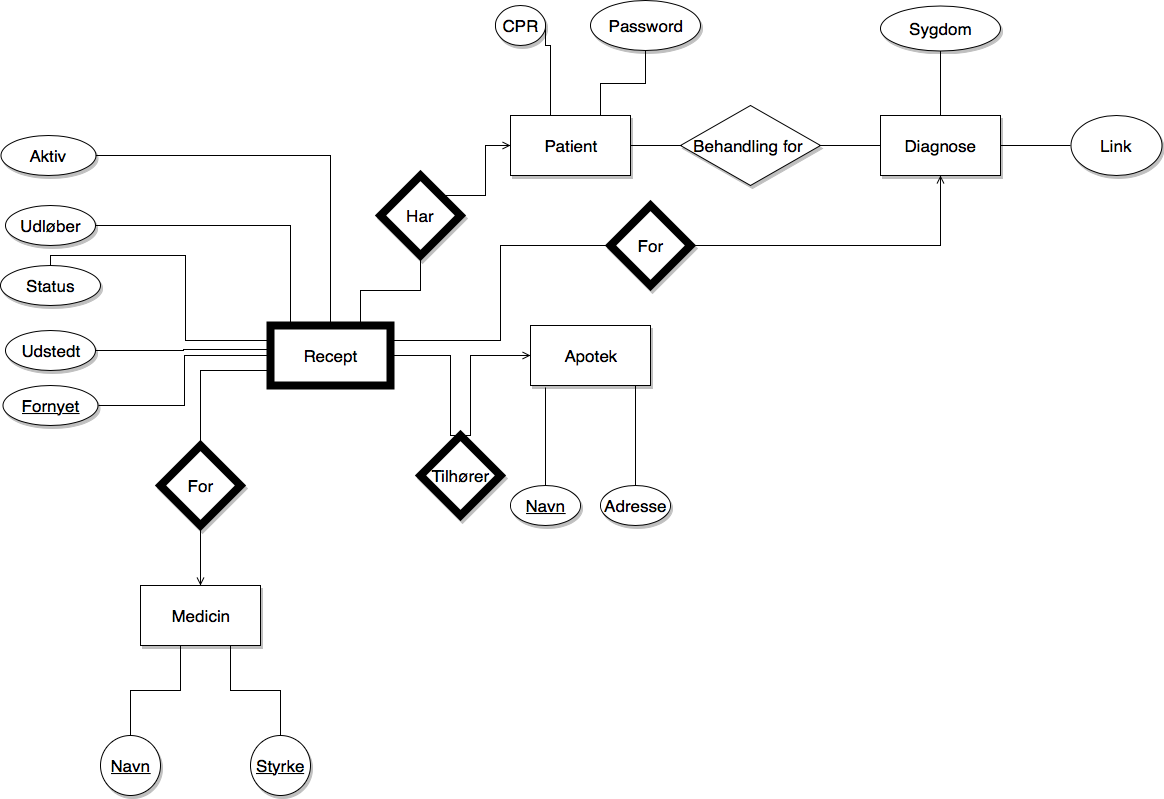
The draw.io diagram Innovation/LaTex/Materials/Prototype/ER_prototype.png in Snapzie/UIS, before a commit. Source tidied: cells renumbered, new cells last; positions are measured from the earlier drawing's top-left corner, leaving out a move shared by most shapes. The source it was exported from:
```xml
<mxGraphModel>
  <root>
    <mxCell id="0" />
    <mxCell id="1" parent="0" />
    <mxCell id="2" style="edgeStyle=orthogonalEdgeStyle;rounded=0;jettySize=auto;html=1;exitX=0;exitY=0.75;exitDx=0;exitDy=0;entryX=0.5;entryY=0;entryDx=0;entryDy=0;endArrow=none;endFill=0;spacing=-1;fontSize=17;" parent="1" edge="1" source="4" target="6">
      <mxGeometry relative="1" as="geometry" />
    </mxCell>
    <mxCell id="3" style="edgeStyle=orthogonalEdgeStyle;rounded=0;jettySize=auto;html=1;exitX=0;exitY=0.25;exitDx=0;exitDy=0;entryX=0.5;entryY=0;entryDx=0;entryDy=0;startArrow=none;startFill=0;endArrow=none;endFill=0;spacing=-1;fontSize=17;" parent="1" edge="1" source="4" target="22">
      <mxGeometry relative="1" as="geometry">
        <Array as="points">
          <mxPoint x="185" y="340" />
          <mxPoint x="185" y="255" />
          <mxPoint x="50" y="255" />
        </Array>
      </mxGeometry>
    </mxCell>
    <mxCell id="4" value="Recept" style="rounded=0;whiteSpace=wrap;html=1;strokeWidth=8;perimeterSpacing=0;spacing=-1;fontSize=17;" parent="1" vertex="1">
      <mxGeometry x="270" y="325" width="120" height="60" as="geometry" />
    </mxCell>
    <mxCell id="5" style="edgeStyle=orthogonalEdgeStyle;rounded=0;jettySize=auto;html=1;exitX=0.5;exitY=1;exitDx=0;exitDy=0;entryX=0.5;entryY=0;entryDx=0;entryDy=0;endArrow=open;endFill=0;spacing=-1;fontSize=17;" parent="1" edge="1" source="6" target="7">
      <mxGeometry relative="1" as="geometry" />
    </mxCell>
    <mxCell id="6" value="For" style="rhombus;whiteSpace=wrap;html=1;shadow=1;strokeWidth=8;spacing=-1;fontSize=17;" parent="1" vertex="1">
      <mxGeometry x="160" y="445" width="80" height="80" as="geometry" />
    </mxCell>
    <mxCell id="7" value="Medicin" style="rounded=0;whiteSpace=wrap;html=1;shadow=1;strokeWidth=1;spacing=-1;fontSize=17;" parent="1" vertex="1">
      <mxGeometry x="140" y="585" width="120" height="60" as="geometry" />
    </mxCell>
    <mxCell id="8" style="edgeStyle=orthogonalEdgeStyle;rounded=0;jettySize=auto;html=1;exitX=0.5;exitY=0;exitDx=0;exitDy=0;entryX=0.5;entryY=1;entryDx=0;entryDy=0;endArrow=none;endFill=0;spacing=-1;fontSize=17;" parent="1" edge="1" source="9" target="7">
      <mxGeometry relative="1" as="geometry">
        <Array as="points">
          <mxPoint x="130" y="690" />
          <mxPoint x="180" y="690" />
          <mxPoint x="180" y="645" />
        </Array>
      </mxGeometry>
    </mxCell>
    <mxCell id="9" value="&lt;u style=&quot;font-size: 17px;&quot;&gt;Navn&lt;/u&gt;" style="ellipse;whiteSpace=wrap;html=1;shadow=1;strokeWidth=1;spacing=-1;fontSize=17;" parent="1" vertex="1">
      <mxGeometry x="100" y="735" width="60" height="60" as="geometry" />
    </mxCell>
    <mxCell id="10" style="edgeStyle=orthogonalEdgeStyle;rounded=0;jettySize=auto;html=1;exitX=0.5;exitY=0;exitDx=0;exitDy=0;entryX=0.75;entryY=1;entryDx=0;entryDy=0;endArrow=none;endFill=0;spacing=-1;fontSize=17;" parent="1" edge="1" source="11" target="7">
      <mxGeometry relative="1" as="geometry" />
    </mxCell>
    <mxCell id="11" value="&lt;u style=&quot;font-size: 17px;&quot;&gt;Styrke&lt;/u&gt;" style="ellipse;whiteSpace=wrap;html=1;shadow=1;strokeWidth=1;spacing=-1;fontSize=17;" parent="1" vertex="1">
      <mxGeometry x="250" y="735" width="60" height="60" as="geometry" />
    </mxCell>
    <mxCell id="12" style="edgeStyle=orthogonalEdgeStyle;rounded=0;jettySize=auto;html=1;exitX=0.5;exitY=0;exitDx=0;exitDy=0;entryX=1;entryY=0.5;entryDx=0;entryDy=0;endArrow=none;endFill=0;spacing=-1;fontSize=17;" parent="1" edge="1" source="13" target="4">
      <mxGeometry relative="1" as="geometry">
        <Array as="points">
          <mxPoint x="450" y="435" />
          <mxPoint x="450" y="355" />
        </Array>
      </mxGeometry>
    </mxCell>
    <mxCell id="13" value="Tilhører" style="rhombus;whiteSpace=wrap;html=1;shadow=1;strokeWidth=8;spacing=-1;fontSize=17;" parent="1" vertex="1">
      <mxGeometry x="420" y="435" width="80" height="80" as="geometry" />
    </mxCell>
    <mxCell id="14" style="edgeStyle=orthogonalEdgeStyle;rounded=0;jettySize=auto;html=1;exitX=0;exitY=0.5;exitDx=0;exitDy=0;entryX=0.5;entryY=0;entryDx=0;entryDy=0;endArrow=none;endFill=0;startArrow=open;startFill=0;spacing=-1;fontSize=17;" parent="1" edge="1" source="15" target="13">
      <mxGeometry relative="1" as="geometry">
        <Array as="points">
          <mxPoint x="470" y="355" />
          <mxPoint x="470" y="435" />
        </Array>
      </mxGeometry>
    </mxCell>
    <mxCell id="15" value="Apotek" style="rounded=0;whiteSpace=wrap;html=1;shadow=1;strokeWidth=1;spacing=-1;fontSize=17;" parent="1" vertex="1">
      <mxGeometry x="530" y="325" width="120" height="60" as="geometry" />
    </mxCell>
    <mxCell id="16" style="edgeStyle=orthogonalEdgeStyle;rounded=0;jettySize=auto;html=1;exitX=0.5;exitY=0;exitDx=0;exitDy=0;startArrow=none;startFill=0;endArrow=none;endFill=0;spacing=-1;fontSize=17;" parent="1" edge="1" source="17">
      <mxGeometry relative="1" as="geometry">
        <mxPoint x="635" y="385" as="targetPoint" />
      </mxGeometry>
    </mxCell>
    <mxCell id="17" value="Adresse" style="ellipse;whiteSpace=wrap;html=1;shadow=1;strokeWidth=1;spacing=-1;fontSize=17;" parent="1" vertex="1">
      <mxGeometry x="600" y="485" width="70" height="40" as="geometry" />
    </mxCell>
    <mxCell id="18" style="edgeStyle=orthogonalEdgeStyle;rounded=0;jettySize=auto;html=1;exitX=0.5;exitY=0;exitDx=0;exitDy=0;entryX=0.125;entryY=1.033;entryDx=0;entryDy=0;entryPerimeter=0;startArrow=none;startFill=0;endArrow=none;endFill=0;spacing=-1;fontSize=17;" parent="1" edge="1" source="19" target="15">
      <mxGeometry relative="1" as="geometry" />
    </mxCell>
    <mxCell id="19" value="&lt;u style=&quot;font-size: 17px;&quot;&gt;Navn&lt;/u&gt;" style="ellipse;whiteSpace=wrap;html=1;shadow=1;strokeWidth=1;spacing=-1;fontSize=17;" parent="1" vertex="1">
      <mxGeometry x="510" y="485" width="70" height="40" as="geometry" />
    </mxCell>
    <mxCell id="20" style="edgeStyle=orthogonalEdgeStyle;rounded=0;jettySize=auto;html=1;exitX=1;exitY=0.5;exitDx=0;exitDy=0;entryX=-0.008;entryY=0.4;entryDx=0;entryDy=0;entryPerimeter=0;startArrow=none;startFill=0;endArrow=none;endFill=0;spacing=-1;fontSize=17;" parent="1" edge="1" source="21" target="4">
      <mxGeometry relative="1" as="geometry" />
    </mxCell>
    <mxCell id="21" value="Udstedt" style="ellipse;whiteSpace=wrap;html=1;shadow=1;strokeWidth=1;spacing=-1;fontSize=17;" parent="1" vertex="1">
      <mxGeometry x="5" y="330" width="90" height="40" as="geometry" />
    </mxCell>
    <mxCell id="22" value="Status" style="ellipse;whiteSpace=wrap;html=1;shadow=1;strokeWidth=1;spacing=-1;fontSize=17;" parent="1" vertex="1">
      <mxGeometry y="265" width="100" height="40" as="geometry" />
    </mxCell>
    <mxCell id="23" style="edgeStyle=orthogonalEdgeStyle;rounded=0;jettySize=auto;html=1;exitX=1;exitY=0.5;exitDx=0;exitDy=0;entryX=0.5;entryY=0;entryDx=0;entryDy=0;startArrow=none;startFill=0;endArrow=none;endFill=0;spacing=-1;fontSize=17;" parent="1" edge="1" source="24" target="4">
      <mxGeometry relative="1" as="geometry">
        <Array as="points">
          <mxPoint x="290" y="225" />
          <mxPoint x="290" y="325" />
        </Array>
      </mxGeometry>
    </mxCell>
    <mxCell id="24" value="Udløber" style="ellipse;whiteSpace=wrap;html=1;shadow=1;strokeWidth=1;spacing=-1;fontSize=17;" parent="1" vertex="1">
      <mxGeometry x="5" y="205" width="90" height="40" as="geometry" />
    </mxCell>
    <mxCell id="25" style="edgeStyle=orthogonalEdgeStyle;rounded=0;jettySize=auto;html=1;exitX=1;exitY=0.5;exitDx=0;exitDy=0;entryX=0;entryY=0.5;entryDx=0;entryDy=0;startArrow=none;startFill=0;endArrow=none;endFill=0;spacing=-1;fontSize=17;" parent="1" edge="1" source="26" target="4">
      <mxGeometry relative="1" as="geometry" />
    </mxCell>
    <mxCell id="26" value="&lt;u style=&quot;font-size: 17px;&quot;&gt;Fornyet&lt;/u&gt;" style="ellipse;whiteSpace=wrap;html=1;shadow=1;strokeWidth=1;spacing=-1;fontSize=17;" parent="1" vertex="1">
      <mxGeometry x="2.5" y="385" width="95" height="40" as="geometry" />
    </mxCell>
    <mxCell id="27" style="edgeStyle=orthogonalEdgeStyle;rounded=0;jettySize=auto;html=1;exitX=1;exitY=0.5;exitDx=0;exitDy=0;entryX=0.5;entryY=0;entryDx=0;entryDy=0;startArrow=none;startFill=0;endArrow=none;endFill=0;spacing=-1;fontSize=17;" parent="1" edge="1" source="28" target="4">
      <mxGeometry relative="1" as="geometry" />
    </mxCell>
    <mxCell id="28" value="Aktiv" style="ellipse;whiteSpace=wrap;html=1;shadow=1;strokeWidth=1;spacing=-1;fontSize=17;" parent="1" vertex="1">
      <mxGeometry y="135" width="95" height="40" as="geometry" />
    </mxCell>
    <mxCell id="29" style="edgeStyle=orthogonalEdgeStyle;rounded=0;jettySize=auto;html=1;exitX=0.5;exitY=1;exitDx=0;exitDy=0;entryX=0.75;entryY=0;entryDx=0;entryDy=0;startArrow=none;startFill=0;endArrow=none;endFill=0;spacing=-1;fontSize=17;" parent="1" edge="1" source="31" target="4">
      <mxGeometry relative="1" as="geometry" />
    </mxCell>
    <mxCell id="30" style="edgeStyle=orthogonalEdgeStyle;rounded=0;jettySize=auto;html=1;exitX=1;exitY=0;exitDx=0;exitDy=0;entryX=0;entryY=0.5;entryDx=0;entryDy=0;startArrow=none;startFill=0;endArrow=open;endFill=0;spacing=-1;fontSize=17;" parent="1" edge="1" source="31" target="33">
      <mxGeometry relative="1" as="geometry" />
    </mxCell>
    <mxCell id="31" value="Har" style="rhombus;whiteSpace=wrap;html=1;shadow=1;strokeWidth=8;spacing=-1;fontSize=17;" parent="1" vertex="1">
      <mxGeometry x="380" y="175" width="80" height="80" as="geometry" />
    </mxCell>
    <mxCell id="32" style="edgeStyle=orthogonalEdgeStyle;rounded=0;jettySize=auto;html=1;exitX=0.5;exitY=0;exitDx=0;exitDy=0;entryX=1;entryY=0.5;entryDx=0;entryDy=0;startArrow=none;startFill=0;endArrow=none;endFill=0;spacing=-1;fontSize=17;" parent="1" edge="1" source="33" target="34">
      <mxGeometry relative="1" as="geometry">
        <Array as="points">
          <mxPoint x="550" y="115" />
          <mxPoint x="550" y="45" />
        </Array>
      </mxGeometry>
    </mxCell>
    <mxCell id="33" value="Patient" style="rounded=0;whiteSpace=wrap;html=1;shadow=1;strokeWidth=1;spacing=-1;fontSize=17;" parent="1" vertex="1">
      <mxGeometry x="510" y="115" width="120" height="60" as="geometry" />
    </mxCell>
    <mxCell id="34" value="CPR" style="ellipse;whiteSpace=wrap;html=1;shadow=1;strokeWidth=1;spacing=-1;fontSize=17;" parent="1" vertex="1">
      <mxGeometry x="495" y="5" width="50" height="40" as="geometry" />
    </mxCell>
    <mxCell id="35" style="edgeStyle=orthogonalEdgeStyle;rounded=0;jettySize=auto;html=1;exitX=0.5;exitY=1;exitDx=0;exitDy=0;entryX=0.75;entryY=0;entryDx=0;entryDy=0;startArrow=none;startFill=0;endArrow=none;endFill=0;spacing=-1;fontSize=17;" parent="1" edge="1" source="36" target="33">
      <mxGeometry relative="1" as="geometry" />
    </mxCell>
    <mxCell id="36" value="Password" style="ellipse;whiteSpace=wrap;html=1;shadow=1;strokeWidth=1;spacing=-1;fontSize=17;" parent="1" vertex="1">
      <mxGeometry x="590" width="110" height="50" as="geometry" />
    </mxCell>
    <mxCell id="37" style="edgeStyle=orthogonalEdgeStyle;rounded=0;jettySize=auto;html=1;exitX=0;exitY=0.5;exitDx=0;exitDy=0;entryX=1;entryY=0.5;entryDx=0;entryDy=0;startArrow=none;startFill=0;endArrow=none;endFill=0;spacing=-1;fontSize=17;" parent="1" edge="1" source="38" target="40">
      <mxGeometry relative="1" as="geometry" />
    </mxCell>
    <mxCell id="38" value="Diagnose" style="rounded=0;whiteSpace=wrap;html=1;shadow=1;strokeWidth=1;spacing=-1;fontSize=17;" parent="1" vertex="1">
      <mxGeometry x="880" y="115" width="120" height="60" as="geometry" />
    </mxCell>
    <mxCell id="39" style="edgeStyle=orthogonalEdgeStyle;rounded=0;jettySize=auto;html=1;exitX=0;exitY=0.5;exitDx=0;exitDy=0;entryX=1;entryY=0.5;entryDx=0;entryDy=0;startArrow=none;startFill=0;endArrow=none;endFill=0;spacing=-1;fontSize=17;" parent="1" edge="1" source="40" target="33">
      <mxGeometry relative="1" as="geometry" />
    </mxCell>
    <mxCell id="40" value="Behandling for&amp;nbsp;" style="rhombus;whiteSpace=wrap;html=1;shadow=1;strokeWidth=1;spacing=-1;fontSize=17;" parent="1" vertex="1">
      <mxGeometry x="680" y="105" width="140" height="80" as="geometry" />
    </mxCell>
    <mxCell id="41" style="edgeStyle=orthogonalEdgeStyle;rounded=0;jettySize=auto;html=1;exitX=0;exitY=0.5;exitDx=0;exitDy=0;entryX=1;entryY=0.25;entryDx=0;entryDy=0;startArrow=none;startFill=0;endArrow=none;endFill=0;spacing=-1;fontSize=17;" parent="1" edge="1" source="43" target="4">
      <mxGeometry relative="1" as="geometry" />
    </mxCell>
    <mxCell id="42" style="edgeStyle=orthogonalEdgeStyle;rounded=0;jettySize=auto;html=1;exitX=1;exitY=0.5;exitDx=0;exitDy=0;entryX=0.5;entryY=1;entryDx=0;entryDy=0;startArrow=none;startFill=0;endArrow=open;endFill=0;spacing=-1;fontSize=17;" parent="1" edge="1" source="43" target="38">
      <mxGeometry relative="1" as="geometry" />
    </mxCell>
    <mxCell id="43" value="For" style="rhombus;whiteSpace=wrap;html=1;shadow=1;strokeWidth=8;spacing=-1;fontSize=17;" parent="1" vertex="1">
      <mxGeometry x="610" y="205" width="80" height="80" as="geometry" />
    </mxCell>
    <mxCell id="44" style="edgeStyle=orthogonalEdgeStyle;rounded=0;jettySize=auto;html=1;exitX=0.5;exitY=1;exitDx=0;exitDy=0;entryX=0.5;entryY=0;entryDx=0;entryDy=0;startArrow=none;startFill=0;endArrow=none;endFill=0;spacing=-1;fontSize=17;" parent="1" edge="1" source="45" target="38">
      <mxGeometry relative="1" as="geometry" />
    </mxCell>
    <mxCell id="45" value="Sygdom" style="ellipse;whiteSpace=wrap;html=1;shadow=1;strokeWidth=1;spacing=-1;fontSize=17;" parent="1" vertex="1">
      <mxGeometry x="880" y="5" width="120" height="45" as="geometry" />
    </mxCell>
    <mxCell id="46" style="edgeStyle=orthogonalEdgeStyle;rounded=0;jettySize=auto;html=1;exitX=0;exitY=0.5;exitDx=0;exitDy=0;entryX=1;entryY=0.5;entryDx=0;entryDy=0;startArrow=none;startFill=0;endArrow=none;endFill=0;spacing=-1;fontSize=17;" parent="1" edge="1" source="47" target="38">
      <mxGeometry relative="1" as="geometry" />
    </mxCell>
    <mxCell id="47" value="Link" style="ellipse;whiteSpace=wrap;html=1;shadow=1;strokeWidth=1;spacing=-1;fontSize=17;" parent="1" vertex="1">
      <mxGeometry x="1070" y="115" width="91" height="60" as="geometry" />
    </mxCell>
  </root>
</mxGraphModel>
```
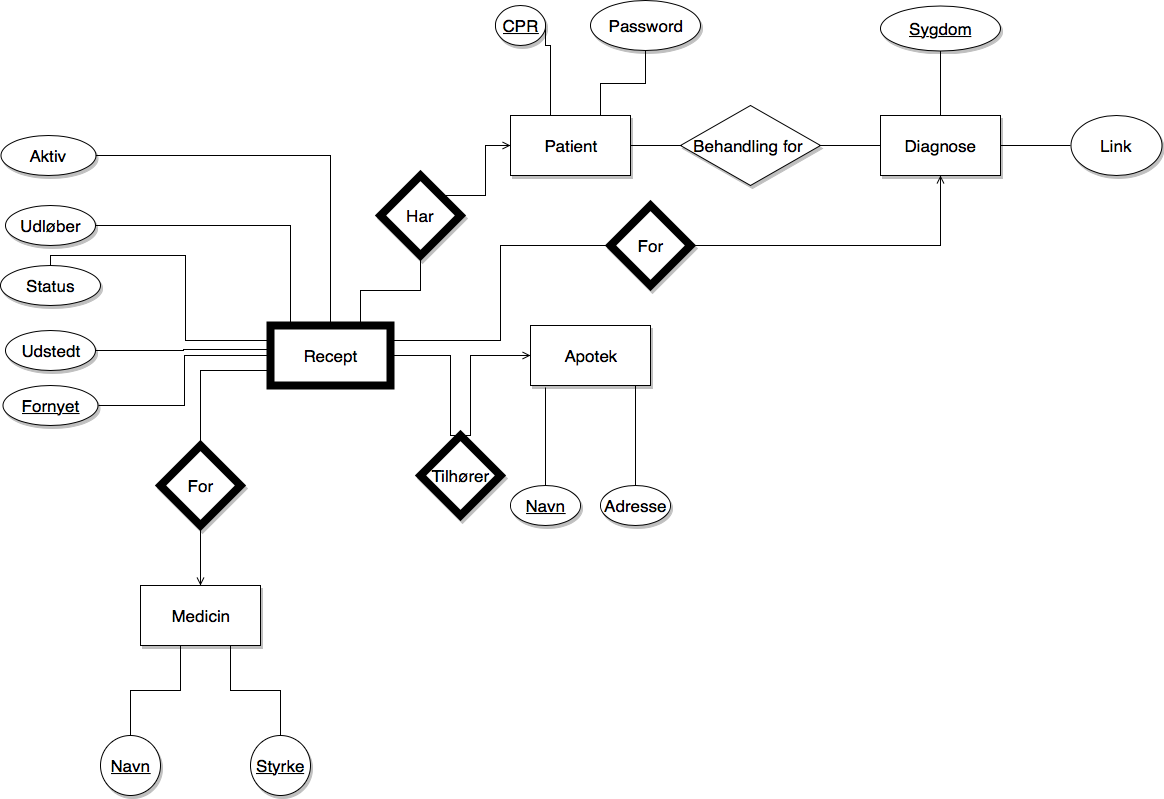
After the change.

The edit, as a diff of the source:
```diff
@@ -132,7 +132,7 @@
     <mxCell id="33" value="Patient" style="rounded=0;whiteSpace=wrap;html=1;shadow=1;strokeWidth=1;spacing=-1;fontSize=17;" parent="1" vertex="1">
       <mxGeometry x="510" y="115" width="120" height="60" as="geometry" />
     </mxCell>
-    <mxCell id="34" value="CPR" style="ellipse;whiteSpace=wrap;html=1;shadow=1;strokeWidth=1;spacing=-1;fontSize=17;" parent="1" vertex="1">
+    <mxCell id="34" value="&lt;u&gt;CPR&lt;/u&gt;" style="ellipse;whiteSpace=wrap;html=1;shadow=1;strokeWidth=1;spacing=-1;fontSize=17;" parent="1" vertex="1">
       <mxGeometry x="495" y="5" width="50" height="40" as="geometry" />
     </mxCell>
     <mxCell id="35" style="edgeStyle=orthogonalEdgeStyle;rounded=0;jettySize=auto;html=1;exitX=0.5;exitY=1;exitDx=0;exitDy=0;entryX=0.75;entryY=0;entryDx=0;entryDy=0;startArrow=none;startFill=0;endArrow=none;endFill=0;spacing=-1;fontSize=17;" parent="1" edge="1" source="36" target="33">
@@ -165,7 +165,7 @@
     <mxCell id="44" style="edgeStyle=orthogonalEdgeStyle;rounded=0;jettySize=auto;html=1;exitX=0.5;exitY=1;exitDx=0;exitDy=0;entryX=0.5;entryY=0;entryDx=0;entryDy=0;startArrow=none;startFill=0;endArrow=none;endFill=0;spacing=-1;fontSize=17;" parent="1" edge="1" source="45" target="38">
       <mxGeometry relative="1" as="geometry" />
     </mxCell>
-    <mxCell id="45" value="Sygdom" style="ellipse;whiteSpace=wrap;html=1;shadow=1;strokeWidth=1;spacing=-1;fontSize=17;" parent="1" vertex="1">
+    <mxCell id="45" value="&lt;u&gt;Sygdom&lt;/u&gt;" style="ellipse;whiteSpace=wrap;html=1;shadow=1;strokeWidth=1;spacing=-1;fontSize=17;" parent="1" vertex="1">
       <mxGeometry x="880" y="5" width="120" height="45" as="geometry" />
     </mxCell>
     <mxCell id="46" style="edgeStyle=orthogonalEdgeStyle;rounded=0;jettySize=auto;html=1;exitX=0;exitY=0.5;exitDx=0;exitDy=0;entryX=1;entryY=0.5;entryDx=0;entryDy=0;startArrow=none;startFill=0;endArrow=none;endFill=0;spacing=-1;fontSize=17;" parent="1" edge="1" source="47" target="38">
```
